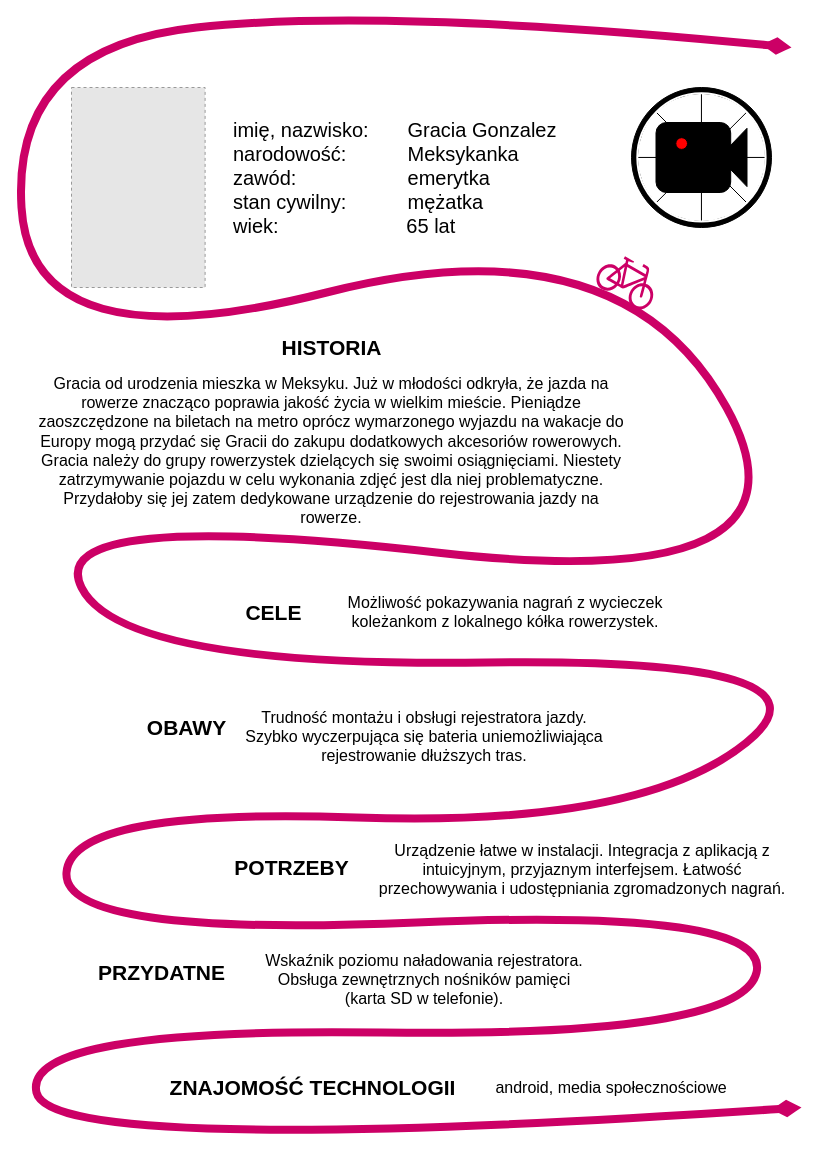
This is diagrams/persona_Garcia.drawio from ElCresp0/Bicyclonicle, a draw.io file, before an edit. Source tidied: cells renumbered, new cells numbered last; positions are measured from the earlier drawing's top-left corner, leaving out a move shared by most shapes. Both pictures are drawn from the tidied source at 100%, with x=0, y=0 at pixel (11, 7). Pictures stored in the file or linked from it are replaced by grey dashed boxes.
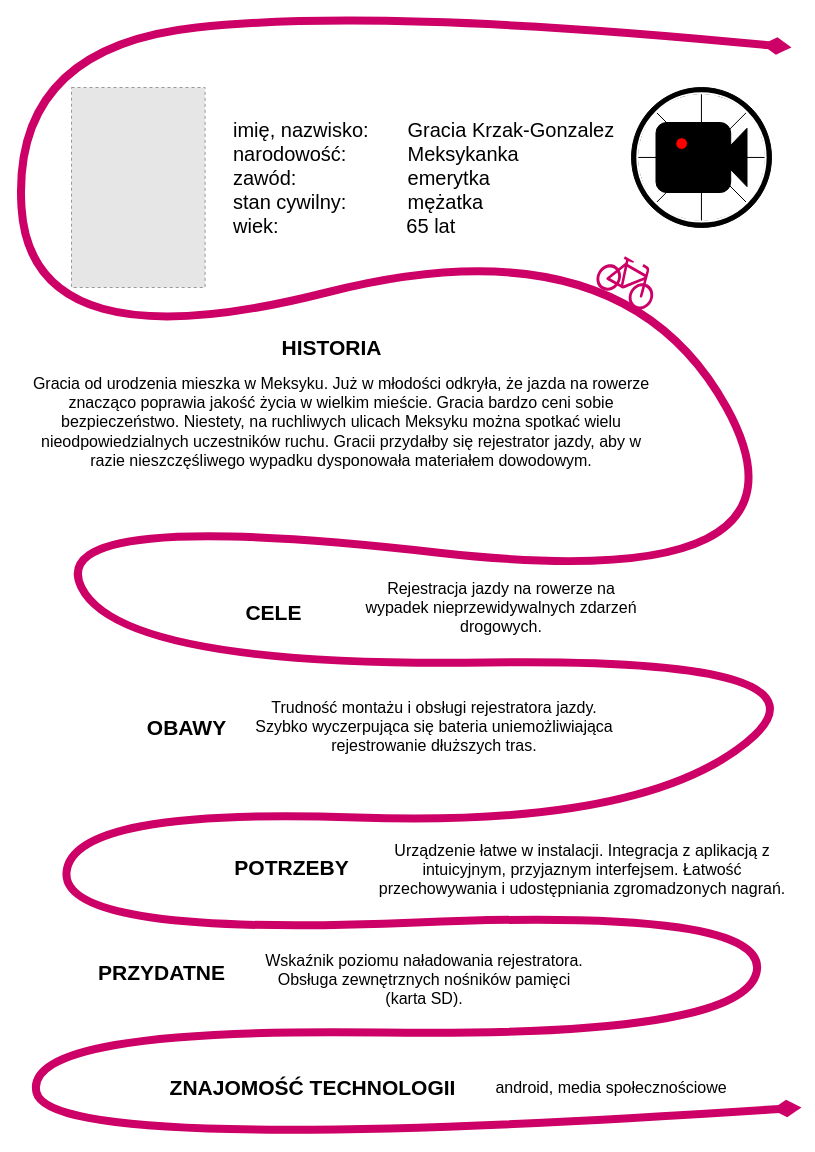
The same diagram, later.

Diff of the diagram source:
```diff
@@
-    <mxCell id="4" value="&lt;span style=&quot;font-size: 15pt; font-family: Arial; background-color: transparent; font-variant-numeric: normal; font-variant-east-asian: normal; vertical-align: baseline;&quot;&gt;imię, nazwisko:&amp;nbsp; &amp;nbsp; &amp;nbsp; &amp;nbsp;Gracia Gonzalez&lt;br&gt;&lt;/span&gt;&lt;span style=&quot;font-size: 15pt; font-family: Arial; background-color: transparent; font-variant-numeric: normal; font-variant-east-asian: normal; vertical-align: baseline;&quot;&gt;narodowość:&amp;nbsp; &amp;nbsp; &amp;nbsp; &amp;nbsp; &amp;nbsp; &amp;nbsp;Meksykanka&lt;/span&gt;&lt;span style=&quot;font-size: 15pt; font-family: Arial; background-color: transparent; font-variant-numeric: normal; font-variant-east-asian: normal; vertical-align: baseline;&quot;&gt;&lt;br&gt;&lt;/span&gt;&lt;span style=&quot;font-size: 15pt; font-family: Arial; background-color: transparent; font-variant-numeric: normal; font-variant-east-asian: normal; vertical-align: baseline;&quot;&gt;zawód:&amp;nbsp; &amp;nbsp; &amp;nbsp; &amp;nbsp; &amp;nbsp; &amp;nbsp; &amp;nbsp; &amp;nbsp; &amp;nbsp; &amp;nbsp; emerytka&lt;/span&gt;&lt;span style=&quot;font-size: 15pt; font-family: Arial; background-color: transparent; font-variant-numeric: normal; font-variant-east-asian: normal; vertical-align: baseline;&quot;&gt;&lt;br&gt;&lt;/span&gt;&lt;span style=&quot;font-size: 15pt; font-family: Arial; background-color: transparent; font-variant-numeric: normal; font-variant-east-asian: normal; vertical-align: baseline;&quot;&gt;stan cywilny:&amp;nbsp; &amp;nbsp; &amp;nbsp; &amp;nbsp; &amp;nbsp; &amp;nbsp;mężatka&lt;/span&gt;&lt;span style=&quot;font-size: 15pt; font-family: Arial; background-color: transparent; font-variant-numeric: normal; font-variant-east-asian: normal; vertical-align: baseline;&quot;&gt;&lt;br&gt;&lt;/span&gt;&lt;span style=&quot;font-size: 15pt; font-family: Arial; background-color: transparent; font-variant-numeric: normal; font-variant-east-asian: normal; vertical-align: baseline;&quot;&gt;wiek:&amp;nbsp; &amp;nbsp; &amp;nbsp; &amp;nbsp; &amp;nbsp; &amp;nbsp; &amp;nbsp; &amp;nbsp; &amp;nbsp; &amp;nbsp; &amp;nbsp; &amp;nbsp;65 lat&lt;/span&gt;&lt;span id=&quot;docs-internal-guid-eb656688-7fff-00e2-7baa-049d25f1b06d&quot;&gt;&lt;/span&gt;" style="text;html=1;strokeColor=none;fillColor=none;align=left;verticalAlign=middle;whiteSpace=wrap;rounded=0;" parent="1" vertex="1">
+    <mxCell id="4" value="&lt;span style=&quot;font-size: 15pt; font-family: Arial; background-color: transparent; font-variant-numeric: normal; font-variant-east-asian: normal; vertical-align: baseline;&quot;&gt;imię, nazwisko:&amp;nbsp; &amp;nbsp; &amp;nbsp; &amp;nbsp;Gracia Krzak-Gonzalez&lt;br&gt;&lt;/span&gt;&lt;span style=&quot;font-size: 15pt; font-family: Arial; background-color: transparent; font-variant-numeric: normal; font-variant-east-asian: normal; vertical-align: baseline;&quot;&gt;narodowość:&amp;nbsp; &amp;nbsp; &amp;nbsp; &amp;nbsp; &amp;nbsp; &amp;nbsp;Meksykanka&lt;/span&gt;&lt;span style=&quot;font-size: 15pt; font-family: Arial; background-color: transparent; font-variant-numeric: normal; font-variant-east-asian: normal; vertical-align: baseline;&quot;&gt;&lt;br&gt;&lt;/span&gt;&lt;span style=&quot;font-size: 15pt; font-family: Arial; background-color: transparent; font-variant-numeric: normal; font-variant-east-asian: normal; vertical-align: baseline;&quot;&gt;zawód:&amp;nbsp; &amp;nbsp; &amp;nbsp; &amp;nbsp; &amp;nbsp; &amp;nbsp; &amp;nbsp; &amp;nbsp; &amp;nbsp; &amp;nbsp; emerytka&lt;/span&gt;&lt;span style=&quot;font-size: 15pt; font-family: Arial; background-color: transparent; font-variant-numeric: normal; font-variant-east-asian: normal; vertical-align: baseline;&quot;&gt;&lt;br&gt;&lt;/span&gt;&lt;span style=&quot;font-size: 15pt; font-family: Arial; background-color: transparent; font-variant-numeric: normal; font-variant-east-asian: normal; vertical-align: baseline;&quot;&gt;stan cywilny:&amp;nbsp; &amp;nbsp; &amp;nbsp; &amp;nbsp; &amp;nbsp; &amp;nbsp;mężatka&lt;/span&gt;&lt;span style=&quot;font-size: 15pt; font-family: Arial; background-color: transparent; font-variant-numeric: normal; font-variant-east-asian: normal; vertical-align: baseline;&quot;&gt;&lt;br&gt;&lt;/span&gt;&lt;span style=&quot;font-size: 15pt; font-family: Arial; background-color: transparent; font-variant-numeric: normal; font-variant-east-asian: normal; vertical-align: baseline;&quot;&gt;wiek:&amp;nbsp; &amp;nbsp; &amp;nbsp; &amp;nbsp; &amp;nbsp; &amp;nbsp; &amp;nbsp; &amp;nbsp; &amp;nbsp; &amp;nbsp; &amp;nbsp; &amp;nbsp;65 lat&lt;/span&gt;&lt;span id=&quot;docs-internal-guid-eb656688-7fff-00e2-7baa-049d25f1b06d&quot;&gt;&lt;/span&gt;" style="text;html=1;strokeColor=none;fillColor=none;align=left;verticalAlign=middle;whiteSpace=wrap;rounded=0;" parent="1" vertex="1">
       <mxGeometry x="220" y="90" width="550" height="160" as="geometry" />
     </mxCell>
-    <mxCell id="5" value="&lt;div style=&quot;&quot;&gt;&lt;span style=&quot;font-size: 16px; background-color: initial;&quot;&gt;Gracia od urodzenia mieszka w Meksyku. Już w młodości odkryła, że jazda na rowerze znacząco poprawia jakość życia w wielkim mieście. Pieniądze zaoszczędzone na biletach na metro oprócz wymarzonego wyjazdu na wakacje do Europy mogą przydać się Gracii do zakupu dodatkowych akcesoriów rowerowych. Gracia należy do grupy rowerzystek dzielących się swoimi osiągnięciami. Niestety zatrzymywanie pojazdu w celu wykonania zdjęć jest dla niej problematyczne. Przydałoby się jej zatem dedykowane urządzenie do rejestrowania jazdy na rowerze.&lt;/span&gt;&lt;/div&gt;&lt;span id=&quot;docs-internal-guid-ec5d6b2f-7fff-9428-3c5d-aab0a95144c4&quot;&gt;&lt;/span&gt;" style="text;html=1;strokeColor=none;fillColor=none;align=center;verticalAlign=top;whiteSpace=wrap;rounded=0;" parent="1" vertex="1">
-      <mxGeometry x="20" y="360" width="600" height="240" as="geometry" />
+    <mxCell id="5" value="&lt;div style=&quot;&quot;&gt;&lt;span style=&quot;font-size: 16px; background-color: initial;&quot;&gt;Gracia od urodzenia mieszka w Meksyku. Już w młodości odkryła, że jazda na rowerze znacząco poprawia jakość życia w wielkim mieście. Gracia bardzo ceni sobie bezpieczeństwo. Niestety, na ruchliwych ulicach Meksyku można spotkać wielu nieodpowiedzialnych uczestników ruchu. Gracii przydałby się rejestrator jazdy, aby w razie nieszczęśliwego wypadku dysponowała materiałem dowodowym.&lt;/span&gt;&lt;/div&gt;&lt;span id=&quot;docs-internal-guid-ec5d6b2f-7fff-9428-3c5d-aab0a95144c4&quot;&gt;&lt;/span&gt;" style="text;html=1;strokeColor=none;fillColor=none;align=center;verticalAlign=top;whiteSpace=wrap;rounded=0;" parent="1" vertex="1">
+      <mxGeometry x="20" y="360" width="620" height="120" as="geometry" />
     </mxCell>
@@
-    <mxCell id="7" value="&lt;font style=&quot;font-size: 16px;&quot;&gt;&lt;span style=&quot;background-color: transparent; font-variant-numeric: normal; font-variant-east-asian: normal; vertical-align: baseline;&quot;&gt;&lt;br&gt;&lt;/span&gt;&lt;span style=&quot;background-color: transparent; font-variant-numeric: normal; font-variant-east-asian: normal; vertical-align: baseline;&quot;&gt;Możliwość &lt;/span&gt;&lt;span style=&quot;background-color: transparent; font-variant-numeric: normal; font-variant-east-asian: normal; vertical-align: baseline;&quot;&gt;pokazywania &lt;/span&gt;&lt;span style=&quot;background-color: transparent; font-variant-numeric: normal; font-variant-east-asian: normal; vertical-align: baseline;&quot;&gt;nagrań z wycieczek koleżankom z lokalnego kółka rowerzystek.&lt;/span&gt;&lt;/font&gt;&lt;span id=&quot;docs-internal-guid-b4c40961-7fff-424c-d8c7-5025f8b8992e&quot;&gt;&lt;/span&gt;" style="text;html=1;strokeColor=none;fillColor=none;align=center;verticalAlign=top;whiteSpace=wrap;rounded=0;" parent="1" vertex="1">
-      <mxGeometry x="323.6" y="560" width="340" height="110" as="geometry" />
-    </mxCell>
@@
     <mxCell id="10" value="&lt;p style=&quot;line-height:1.38;margin-top:0pt;margin-bottom:0pt;&quot; dir=&quot;ltr&quot;&gt;&lt;/p&gt;&lt;div&gt;&lt;/div&gt;&lt;font style=&quot;font-size: 16px;&quot;&gt;&lt;span style=&quot;font-family: Arial; background-color: transparent; font-variant-numeric: normal; font-variant-east-asian: normal; vertical-align: baseline;&quot;&gt;Trudność montażu i obsługi rejestratora jazdy.&lt;/span&gt;&lt;span style=&quot;font-family: Arial; background-color: transparent; font-variant-numeric: normal; font-variant-east-asian: normal; vertical-align: baseline;&quot;&gt;&lt;br&gt;&lt;/span&gt;&lt;span style=&quot;font-family: Arial; background-color: transparent; font-variant-numeric: normal; font-variant-east-asian: normal; vertical-align: baseline;&quot;&gt;Szybko wyczerpująca się bateria uniemożliwiająca rejestrowanie dłuższych tras.&lt;/span&gt;&lt;/font&gt;&lt;p&gt;&lt;/p&gt;&lt;span id=&quot;docs-internal-guid-54c61a43-7fff-081e-ac6f-ec47f6fe2569&quot;&gt;&lt;/span&gt;" style="text;html=1;strokeColor=none;fillColor=none;align=center;verticalAlign=middle;whiteSpace=wrap;rounded=0;" parent="1" vertex="1">
-      <mxGeometry x="200" y="670" width="426.4" height="130" as="geometry" />
+      <mxGeometry x="210" y="660" width="426.4" height="130" as="geometry" />
     </mxCell>
@@
-    <mxCell id="14" value="&lt;br&gt;&lt;font style=&quot;font-size: 16px;&quot;&gt;&lt;b id=&quot;docs-internal-guid-1348e3cd-7fff-1284-6ce5-cb71970c5e83&quot; style=&quot;font-weight:normal;&quot;&gt;&lt;span style=&quot;font-family: Arial; color: rgb(0, 0, 0); background-color: transparent; font-weight: 400; font-style: normal; font-variant: normal; text-decoration: none; vertical-align: baseline;&quot;&gt;Wskaźnik poziomu naładowania rejestratora. Obsługa zewnętrznych nośników pamięci (karta SD w telefonie).&lt;/span&gt;&lt;/b&gt;&lt;br&gt;&lt;/font&gt;" style="text;html=1;strokeColor=none;fillColor=none;align=center;verticalAlign=middle;whiteSpace=wrap;rounded=0;" parent="1" vertex="1">
+    <mxCell id="14" value="&lt;br&gt;&lt;font style=&quot;font-size: 16px;&quot;&gt;&lt;b id=&quot;docs-internal-guid-1348e3cd-7fff-1284-6ce5-cb71970c5e83&quot; style=&quot;font-weight:normal;&quot;&gt;&lt;span style=&quot;font-family: Arial; color: rgb(0, 0, 0); background-color: transparent; font-weight: 400; font-style: normal; font-variant: normal; text-decoration: none; vertical-align: baseline;&quot;&gt;Wskaźnik poziomu naładowania rejestratora. Obsługa zewnętrznych nośników pamięci (karta SD).&lt;/span&gt;&lt;/b&gt;&lt;br&gt;&lt;/font&gt;" style="text;html=1;strokeColor=none;fillColor=none;align=center;verticalAlign=middle;whiteSpace=wrap;rounded=0;" parent="1" vertex="1">
       <mxGeometry x="250.2" y="930" width="326" height="70" as="geometry" />
     </mxCell>
@@
+    <mxCell id="29" value="&lt;font style=&quot;font-size: 16px;&quot;&gt;Rejestracja jazdy na rowerze na wypadek nieprzewidywalnych zdarzeń drogowych.&lt;/font&gt;" style="text;html=1;strokeColor=none;fillColor=none;align=center;verticalAlign=middle;whiteSpace=wrap;rounded=0;" parent="1" vertex="1">
+      <mxGeometry x="350" y="570" width="280" height="60" as="geometry" />
+    </mxCell>
```
